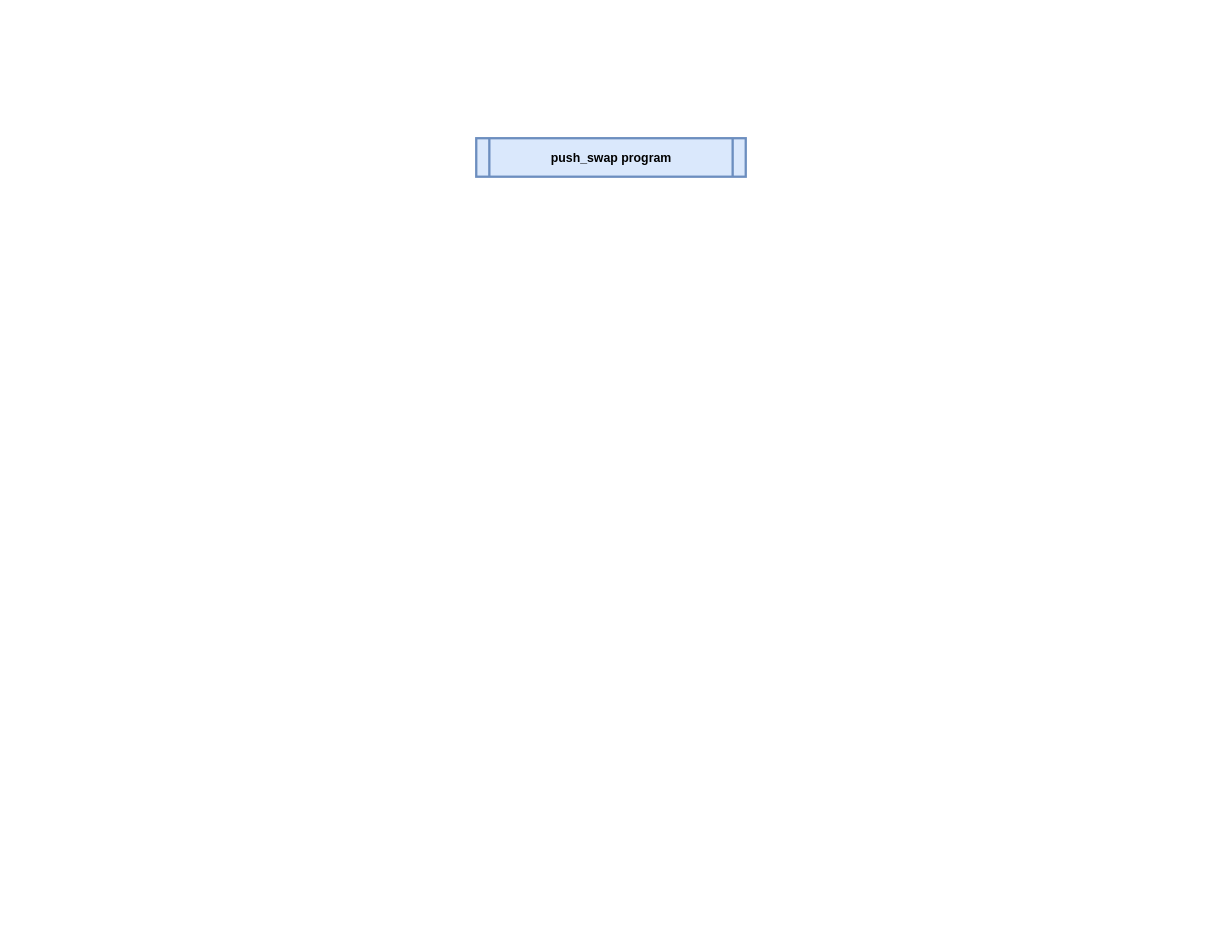
public-jun/42_push_swap keeps this draw.io diagram as page "Page-2" (2 of 2) of push_swap.drawio. Above is the earlier version. Source tidied: cells renumbered, new cells numbered last; positions are measured from the earlier drawing's top-left corner, leaving out a move shared by most shapes. Both pictures are drawn from the tidied source at 77%, with x=0, y=0 at pixel (476, 138).
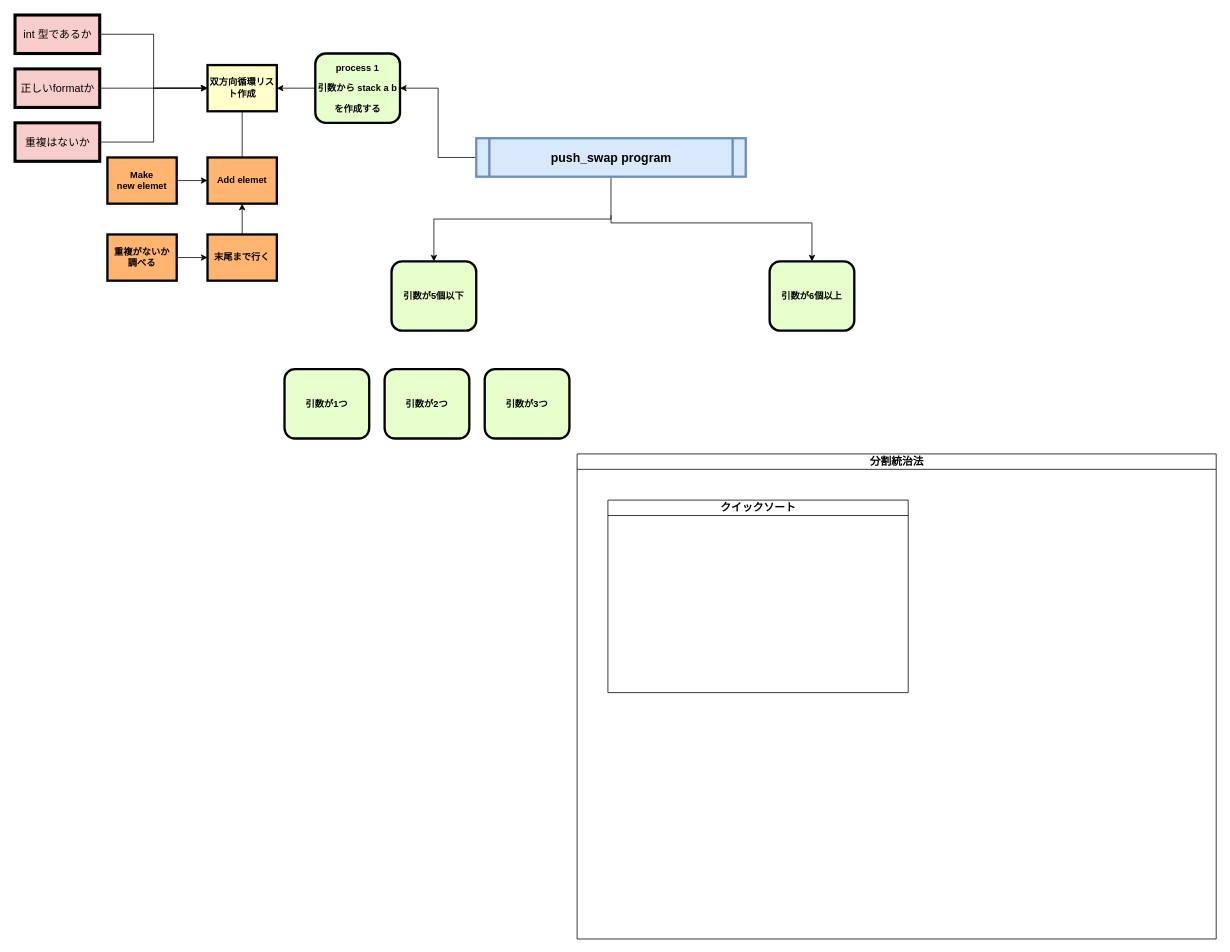
Above is the later version.

Unchanged cells that the change refers to:
```xml
<mxCell id="2" value="push_swap program" style="shape=process;whiteSpace=wrap;align=center;verticalAlign=middle;size=0.0475;fontStyle=1;strokeWidth=3;fillColor=#dae8fc;fontSize=16;strokeColor=#6c8ebf;" parent="1" vertex="1">
  <mxGeometry width="350" height="50" as="geometry" />
</mxCell>
```

Diff of the diagram source:
```diff
@@
+    <mxCell id="3" style="edgeStyle=orthogonalEdgeStyle;rounded=0;jettySize=auto;html=1;entryX=1;entryY=0.5;entryDx=0;entryDy=0;" parent="1" edge="1" source="2" target="9">
+      <mxGeometry relative="1" as="geometry" />
+    </mxCell>
+    <mxCell id="4" style="edgeStyle=orthogonalEdgeStyle;rounded=0;jettySize=auto;html=1;" parent="1" edge="1" source="2" target="27">
+      <mxGeometry relative="1" as="geometry" />
+    </mxCell>
+    <mxCell id="5" style="edgeStyle=orthogonalEdgeStyle;rounded=0;jettySize=auto;html=1;entryX=0.5;entryY=0;entryDx=0;entryDy=0;" parent="1" edge="1" target="28">
+      <mxGeometry relative="1" as="geometry">
+        <mxPoint x="175" y="100" as="sourcePoint" />
+        <Array as="points">
+          <mxPoint x="175" y="110" />
+          <mxPoint x="436" y="110" />
+        </Array>
+      </mxGeometry>
+    </mxCell>
@@
+    <mxCell id="6" value="&lt;font style=&quot;font-size: 14px&quot;&gt;分割統治法&lt;/font&gt;" style="swimlane;html=1;startSize=20;horizontal=1;containerType=tree;" parent="1" vertex="1">
+      <mxGeometry x="131" y="410" width="830" height="630" as="geometry" />
+    </mxCell>
+    <mxCell id="7" value="&lt;font style=&quot;font-size: 14px&quot;&gt;クイックソート&lt;/font&gt;" style="swimlane;html=1;startSize=20;horizontal=1;containerType=tree;" parent="6" vertex="1">
+      <mxGeometry x="40" y="60" width="390" height="250" as="geometry" />
+    </mxCell>
+    <mxCell id="8" style="edgeStyle=orthogonalEdgeStyle;rounded=0;jettySize=auto;html=1;" parent="1" edge="1" source="9" target="10">
+      <mxGeometry relative="1" as="geometry" />
+    </mxCell>
+    <mxCell id="9" value="&lt;p style=&quot;line-height: 120%&quot;&gt;process 1&lt;/p&gt;&lt;p style=&quot;line-height: 120%&quot;&gt;引数から stack a b&lt;/p&gt;&lt;p style=&quot;line-height: 120%&quot;&gt;を作成する&lt;/p&gt;" style="verticalAlign=top;align=center;overflow=fill;fontSize=12;fontFamily=Helvetica;html=1;rounded=1;fontStyle=1;strokeWidth=3;fillColor=#E6FFCC;horizontal=1;" parent="1" vertex="1">
+      <mxGeometry x="-209" y="-110" width="110" height="90" as="geometry" />
+    </mxCell>
+    <mxCell id="10" value="双方向循環リスト作成" style="whiteSpace=wrap;align=center;verticalAlign=middle;fontStyle=1;strokeWidth=3;fillColor=#FFFFCC;" parent="1" vertex="1">
+      <mxGeometry x="-349" y="-95" width="90" height="60" as="geometry" />
+    </mxCell>
+    <mxCell id="11" style="edgeStyle=orthogonalEdgeStyle;rounded=0;jettySize=auto;html=1;fontSize=14;entryX=0;entryY=0.5;entryDx=0;entryDy=0;" parent="1" edge="1" source="12" target="10">
+      <mxGeometry relative="1" as="geometry" />
+    </mxCell>
+    <mxCell id="12" value="int 型であるか" style="html=1;fontSize=14;fillColor=#f8cecc;strokeWidth=4;" parent="1" vertex="1">
+      <mxGeometry x="-599" y="-160" width="110" height="50" as="geometry" />
+    </mxCell>
+    <mxCell id="13" style="edgeStyle=orthogonalEdgeStyle;rounded=0;jettySize=auto;html=1;fontSize=14;" parent="1" edge="1" source="14" target="10">
+      <mxGeometry relative="1" as="geometry" />
+    </mxCell>
+    <mxCell id="14" value="正しいformatか" style="html=1;fontSize=14;fillColor=#f8cecc;strokeWidth=4;" parent="1" vertex="1">
+      <mxGeometry x="-599" y="-90" width="110" height="50" as="geometry" />
+    </mxCell>
+    <mxCell id="15" style="edgeStyle=orthogonalEdgeStyle;rounded=0;jettySize=auto;html=1;fontSize=14;entryX=0;entryY=0.5;entryDx=0;entryDy=0;" parent="1" edge="1" source="16" target="10">
+      <mxGeometry relative="1" as="geometry" />
+    </mxCell>
+    <mxCell id="16" value="重複はないか" style="html=1;fontSize=14;fillColor=#f8cecc;strokeWidth=4;" parent="1" vertex="1">
+      <mxGeometry x="-599" y="-20" width="110" height="50" as="geometry" />
+    </mxCell>
+    <mxCell id="17" style="edgeStyle=orthogonalEdgeStyle;rounded=0;jettySize=auto;html=1;exitX=1;exitY=0.5;exitDx=0;exitDy=0;entryX=0;entryY=0.5;entryDx=0;entryDy=0;" parent="1" edge="1" source="18" target="19">
+      <mxGeometry relative="1" as="geometry" />
+    </mxCell>
+    <mxCell id="18" value="Make &#10;new elemet" style="whiteSpace=wrap;align=center;verticalAlign=middle;fontStyle=1;strokeWidth=3;fillColor=#FFB570;" parent="1" vertex="1">
+      <mxGeometry x="-479" y="25" width="90" height="60" as="geometry" />
+    </mxCell>
+    <mxCell id="19" value="Add elemet" style="whiteSpace=wrap;align=center;verticalAlign=middle;fontStyle=1;strokeWidth=3;fillColor=#FFB570;" parent="1" vertex="1">
+      <mxGeometry x="-349" y="25" width="90" height="60" as="geometry" />
+    </mxCell>
+    <mxCell id="20" style="endArrow=none;html=1;fontSize=14;" parent="1" edge="1" source="10" target="19">
+      <mxGeometry relative="1" as="geometry" />
+    </mxCell>
+    <mxCell id="21" style="edgeStyle=orthogonalEdgeStyle;rounded=0;jettySize=auto;html=1;entryX=0;entryY=0.5;entryDx=0;entryDy=0;" parent="1" edge="1" source="22" target="24">
+      <mxGeometry relative="1" as="geometry" />
+    </mxCell>
+    <mxCell id="22" value="重複がないか&#10;調べる" style="whiteSpace=wrap;align=center;verticalAlign=middle;fontStyle=1;strokeWidth=3;fillColor=#FFB570;" parent="1" vertex="1">
+      <mxGeometry x="-479" y="125" width="90" height="60" as="geometry" />
+    </mxCell>
+    <mxCell id="23" style="edgeStyle=orthogonalEdgeStyle;rounded=0;jettySize=auto;html=1;exitX=0.5;exitY=0;exitDx=0;exitDy=0;" parent="1" edge="1" source="24" target="19">
+      <mxGeometry relative="1" as="geometry" />
+    </mxCell>
+    <mxCell id="24" value="末尾まで行く" style="whiteSpace=wrap;align=center;verticalAlign=middle;fontStyle=1;strokeWidth=3;fillColor=#FFB570;" parent="1" vertex="1">
+      <mxGeometry x="-349" y="125" width="90" height="60" as="geometry" />
+    </mxCell>
+    <mxCell id="25" value="&lt;p style=&quot;line-height: 120%&quot;&gt;&lt;br&gt;&lt;/p&gt;&lt;p style=&quot;line-height: 120%&quot;&gt;引数が1つ&lt;/p&gt;" style="verticalAlign=top;align=center;overflow=fill;fontSize=12;fontFamily=Helvetica;html=1;rounded=1;fontStyle=1;strokeWidth=3;fillColor=#E6FFCC;horizontal=1;" parent="1" vertex="1">
+      <mxGeometry x="-249" y="300" width="110" height="90" as="geometry" />
+    </mxCell>
+    <mxCell id="26" value="&lt;p style=&quot;line-height: 120%&quot;&gt;&lt;br&gt;&lt;/p&gt;&lt;p style=&quot;line-height: 120%&quot;&gt;引数が2つ&lt;/p&gt;" style="verticalAlign=top;align=center;overflow=fill;fontSize=12;fontFamily=Helvetica;html=1;rounded=1;fontStyle=1;strokeWidth=3;fillColor=#E6FFCC;horizontal=1;" parent="1" vertex="1">
+      <mxGeometry x="-119" y="300" width="110" height="90" as="geometry" />
+    </mxCell>
+    <mxCell id="27" value="&lt;p style=&quot;line-height: 120%&quot;&gt;&lt;br&gt;&lt;/p&gt;&lt;p style=&quot;line-height: 120%&quot;&gt;引数が5個以下&lt;/p&gt;" style="verticalAlign=top;align=center;overflow=fill;fontSize=12;fontFamily=Helvetica;html=1;rounded=1;fontStyle=1;strokeWidth=3;fillColor=#E6FFCC;horizontal=1;" parent="1" vertex="1">
+      <mxGeometry x="-110" y="160" width="110" height="90" as="geometry" />
+    </mxCell>
+    <mxCell id="28" value="&lt;p style=&quot;line-height: 120%&quot;&gt;&lt;br&gt;&lt;/p&gt;&lt;p style=&quot;line-height: 120%&quot;&gt;引数が6個以上&lt;/p&gt;" style="verticalAlign=top;align=center;overflow=fill;fontSize=12;fontFamily=Helvetica;html=1;rounded=1;fontStyle=1;strokeWidth=3;fillColor=#E6FFCC;horizontal=1;" parent="1" vertex="1">
+      <mxGeometry x="381" y="160" width="110" height="90" as="geometry" />
+    </mxCell>
+    <mxCell id="29" value="&lt;p style=&quot;line-height: 120%&quot;&gt;&lt;br&gt;&lt;/p&gt;&lt;p style=&quot;line-height: 120%&quot;&gt;引数が3つ&lt;/p&gt;" style="verticalAlign=top;align=center;overflow=fill;fontSize=12;fontFamily=Helvetica;html=1;rounded=1;fontStyle=1;strokeWidth=3;fillColor=#E6FFCC;horizontal=1;" parent="1" vertex="1">
+      <mxGeometry x="11" y="300" width="110" height="90" as="geometry" />
+    </mxCell>
```
